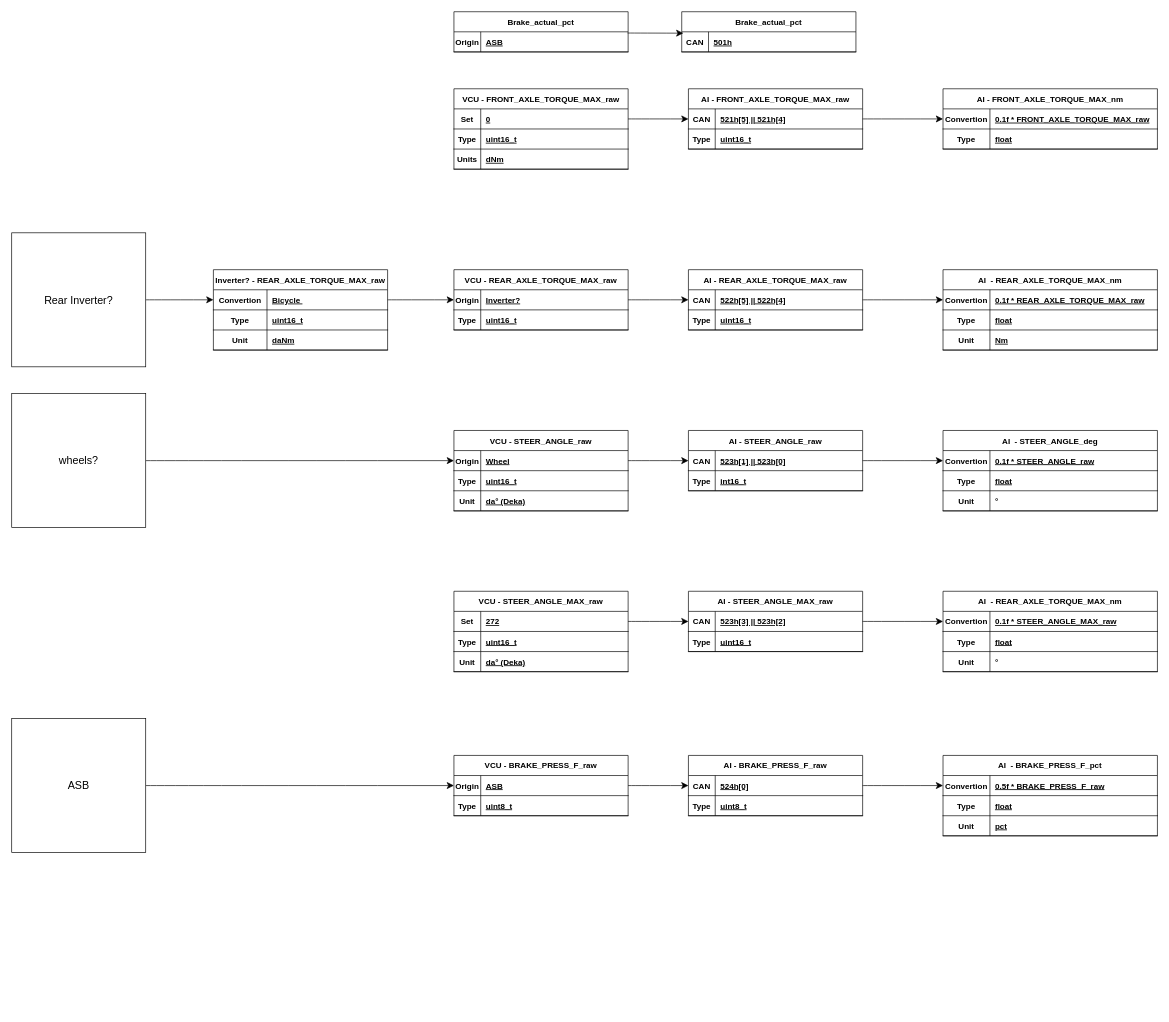
Earlier version of the draw.io diagram VCUFlowchart.drawio (swpinkerton/UGR-ASSI-function-for-Vehicle-control-unit-with-tests). Source tidied: cells renumbered, new cells numbered last; positions are measured from the earlier drawing's top-left corner, leaving out a move shared by most shapes. Both pictures are drawn from the tidied source at 67%, with x=0, y=0 at pixel (11, 11).
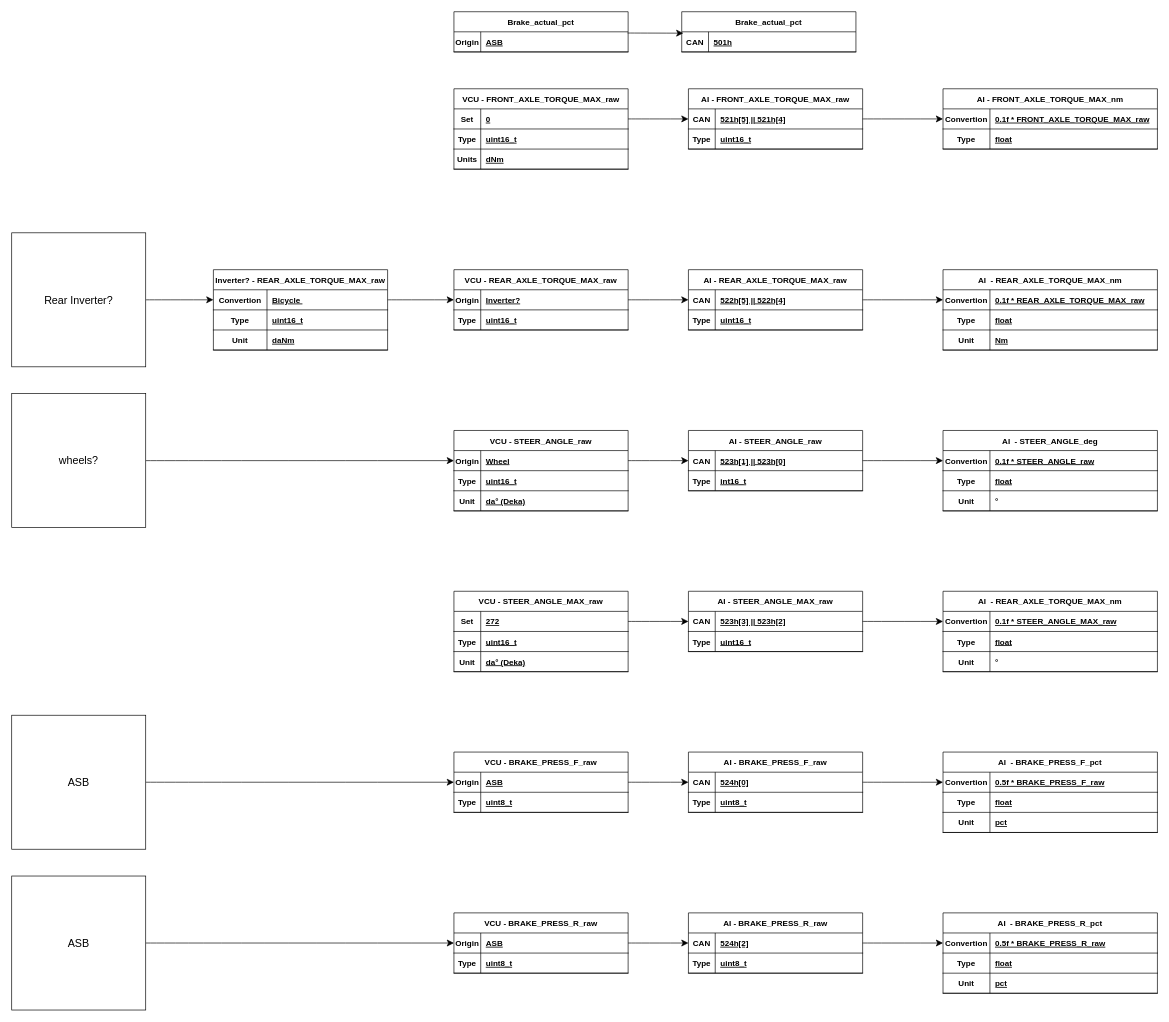
The same page after the edit.

Change to the diagram source:
```diff
@@
     <mxCell id="136" value="VCU - BRAKE_PRESS_F_raw" style="shape=table;startSize=30;childLayout=tableLayout;rowLines=0;fontStyle=1;align=center;" parent="1" vertex="1">
-      <mxGeometry x="660" y="1110" width="260" height="90" as="geometry" />
+      <mxGeometry x="660" y="1105" width="260" height="90" as="geometry" />
     </mxCell>
@@
     <mxCell id="143" value="AI - BRAKE_PRESS_F_raw" style="shape=table;startSize=30;childLayout=tableLayout;rowLines=0;fontStyle=1;align=center;" parent="1" vertex="1">
-      <mxGeometry x="1010" y="1110" width="260" height="90" as="geometry" />
+      <mxGeometry x="1010" y="1105" width="260" height="90" as="geometry" />
     </mxCell>
@@
     <mxCell id="151" value="AI  - BRAKE_PRESS_F_pct" style="shape=table;startSize=30;childLayout=tableLayout;rowLines=0;fontStyle=1;align=center;" parent="1" vertex="1">
-      <mxGeometry x="1390" y="1110" width="320" height="120" as="geometry" />
+      <mxGeometry x="1390" y="1105" width="320" height="120" as="geometry" />
     </mxCell>
@@
     <mxCell id="163" value="ASB" style="whiteSpace=wrap;html=1;fontSize=16;" parent="1" vertex="1">
-      <mxGeometry y="1055" width="200" height="200" as="geometry" />
+      <mxGeometry y="1050" width="200" height="200" as="geometry" />
     </mxCell>
+    <mxCell id="164" value="VCU - BRAKE_PRESS_R_raw" style="shape=table;startSize=30;childLayout=tableLayout;rowLines=0;fontStyle=1;align=center;" parent="1" vertex="1">
+      <mxGeometry x="660" y="1345" width="260" height="90" as="geometry" />
+    </mxCell>
+    <mxCell id="165" style="shape=partialRectangle;fillColor=none;points=[[0,0.5],[1,0.5]];portConstraint=eastwest;top=0;left=0;right=0;bottom=1;" parent="164" vertex="1">
+      <mxGeometry y="30" width="260" height="30" as="geometry" />
+    </mxCell>
+    <mxCell id="166" value="Origin" style="shape=partialRectangle;overflow=hidden;fillColor=none;top=0;left=0;bottom=0;right=0;fontStyle=1;" parent="165" vertex="1">
+      <mxGeometry width="40" height="30" as="geometry" />
+    </mxCell>
+    <mxCell id="167" value="ASB" style="shape=partialRectangle;overflow=hidden;fillColor=none;top=0;left=0;bottom=0;right=0;align=left;spacingLeft=6;fontStyle=5;" parent="165" vertex="1">
+      <mxGeometry x="40" width="220" height="30" as="geometry" />
+    </mxCell>
+    <mxCell id="168" style="shape=partialRectangle;fillColor=none;top=0;left=0;right=0;bottom=1;" parent="164" vertex="1">
+      <mxGeometry y="60" width="260" height="30" as="geometry" />
+    </mxCell>
+    <mxCell id="169" value="Type" style="shape=partialRectangle;overflow=hidden;fillColor=none;top=0;left=0;bottom=0;right=0;fontStyle=1;" parent="168" vertex="1">
+      <mxGeometry width="40" height="30" as="geometry" />
+    </mxCell>
+    <mxCell id="170" value="uint8_t" style="shape=partialRectangle;overflow=hidden;fillColor=none;top=0;left=0;bottom=0;right=0;align=left;spacingLeft=6;fontStyle=5;" parent="168" vertex="1">
+      <mxGeometry x="40" width="220" height="30" as="geometry" />
+    </mxCell>
+    <mxCell id="171" value="AI - BRAKE_PRESS_R_raw" style="shape=table;startSize=30;childLayout=tableLayout;rowLines=0;fontStyle=1;align=center;" parent="1" vertex="1">
+      <mxGeometry x="1010" y="1345" width="260" height="90" as="geometry" />
+    </mxCell>
+    <mxCell id="172" style="shape=partialRectangle;fillColor=none;points=[[0,0.5],[1,0.5]];portConstraint=eastwest;top=0;left=0;right=0;bottom=1;" parent="171" vertex="1">
+      <mxGeometry y="30" width="260" height="30" as="geometry" />
+    </mxCell>
+    <mxCell id="173" value="CAN" style="shape=partialRectangle;overflow=hidden;fillColor=none;top=0;left=0;bottom=0;right=0;fontStyle=1;" parent="172" vertex="1">
+      <mxGeometry width="40" height="30" as="geometry" />
+    </mxCell>
+    <mxCell id="174" value="524h[2]" style="shape=partialRectangle;overflow=hidden;fillColor=none;top=0;left=0;bottom=0;right=0;align=left;spacingLeft=6;fontStyle=5;" parent="172" vertex="1">
+      <mxGeometry x="40" width="220" height="30" as="geometry" />
+    </mxCell>
+    <mxCell id="175" style="shape=partialRectangle;fillColor=none;top=0;left=0;right=0;bottom=1;" parent="171" vertex="1">
+      <mxGeometry y="60" width="260" height="30" as="geometry" />
+    </mxCell>
+    <mxCell id="176" value="Type" style="shape=partialRectangle;overflow=hidden;fillColor=none;top=0;left=0;bottom=0;right=0;fontStyle=1;" parent="175" vertex="1">
+      <mxGeometry width="40" height="30" as="geometry" />
+    </mxCell>
+    <mxCell id="177" value="uint8_t" style="shape=partialRectangle;overflow=hidden;fillColor=none;top=0;left=0;bottom=0;right=0;align=left;spacingLeft=6;fontStyle=5;" parent="175" vertex="1">
+      <mxGeometry x="40" width="220" height="30" as="geometry" />
+    </mxCell>
+    <mxCell id="178" style="edgeStyle=none;curved=1;rounded=0;jettySize=auto;html=1;entryX=0;entryY=0.5;entryDx=0;entryDy=0;fontSize=12;startSize=8;endSize=8;" parent="1" edge="1" source="165" target="172">
+      <mxGeometry relative="1" as="geometry" />
+    </mxCell>
+    <mxCell id="179" value="AI  - BRAKE_PRESS_R_pct" style="shape=table;startSize=30;childLayout=tableLayout;rowLines=0;fontStyle=1;align=center;" parent="1" vertex="1">
+      <mxGeometry x="1390" y="1345" width="320" height="120" as="geometry" />
+    </mxCell>
+    <mxCell id="180" style="shape=partialRectangle;fillColor=none;points=[[0,0.5],[1,0.5]];portConstraint=eastwest;top=0;left=0;right=0;bottom=1;" parent="179" vertex="1">
+      <mxGeometry y="30" width="320" height="30" as="geometry" />
+    </mxCell>
+    <mxCell id="181" value="Convertion" style="shape=partialRectangle;overflow=hidden;fillColor=none;top=0;left=0;bottom=0;right=0;fontStyle=1;" parent="180" vertex="1">
+      <mxGeometry width="70" height="30" as="geometry" />
+    </mxCell>
+    <mxCell id="182" value="0.5f * BRAKE_PRESS_R_raw" style="shape=partialRectangle;overflow=hidden;fillColor=none;top=0;left=0;bottom=0;right=0;align=left;spacingLeft=6;fontStyle=5;" parent="180" vertex="1">
+      <mxGeometry x="70" width="250" height="30" as="geometry" />
+    </mxCell>
+    <mxCell id="183" style="shape=partialRectangle;fillColor=none;top=0;left=0;right=0;bottom=1;" parent="179" vertex="1">
+      <mxGeometry y="60" width="320" height="30" as="geometry" />
+    </mxCell>
+    <mxCell id="184" value="Type" style="shape=partialRectangle;overflow=hidden;fillColor=none;top=0;left=0;bottom=0;right=0;fontStyle=1;" parent="183" vertex="1">
+      <mxGeometry width="70" height="30" as="geometry" />
+    </mxCell>
+    <mxCell id="185" value="float" style="shape=partialRectangle;overflow=hidden;fillColor=none;top=0;left=0;bottom=0;right=0;align=left;spacingLeft=6;fontStyle=5;" parent="183" vertex="1">
+      <mxGeometry x="70" width="250" height="30" as="geometry" />
+    </mxCell>
+    <mxCell id="186" style="shape=partialRectangle;fillColor=none;top=0;left=0;right=0;bottom=1;" parent="179" vertex="1">
+      <mxGeometry y="90" width="320" height="30" as="geometry" />
+    </mxCell>
+    <mxCell id="187" value="Unit" style="shape=partialRectangle;overflow=hidden;fillColor=none;top=0;left=0;bottom=0;right=0;fontStyle=1;" parent="186" vertex="1">
+      <mxGeometry width="70" height="30" as="geometry" />
+    </mxCell>
+    <mxCell id="188" value="pct" style="shape=partialRectangle;overflow=hidden;fillColor=none;top=0;left=0;bottom=0;right=0;align=left;spacingLeft=6;fontStyle=5;" parent="186" vertex="1">
+      <mxGeometry x="70" width="250" height="30" as="geometry" />
+    </mxCell>
+    <mxCell id="189" style="edgeStyle=none;curved=1;rounded=0;jettySize=auto;html=1;entryX=0;entryY=0.5;entryDx=0;entryDy=0;fontSize=12;startSize=8;endSize=8;" parent="1" edge="1" source="172" target="180">
+      <mxGeometry relative="1" as="geometry" />
+    </mxCell>
+    <mxCell id="190" style="edgeStyle=none;curved=1;rounded=0;jettySize=auto;html=1;exitX=1;exitY=0.5;exitDx=0;exitDy=0;entryX=0;entryY=0.5;entryDx=0;entryDy=0;fontSize=12;startSize=8;endSize=8;" parent="1" edge="1" source="191" target="165">
+      <mxGeometry relative="1" as="geometry" />
+    </mxCell>
+    <mxCell id="191" value="ASB" style="whiteSpace=wrap;html=1;fontSize=16;" parent="1" vertex="1">
+      <mxGeometry y="1290" width="200" height="200" as="geometry" />
+    </mxCell>
```
